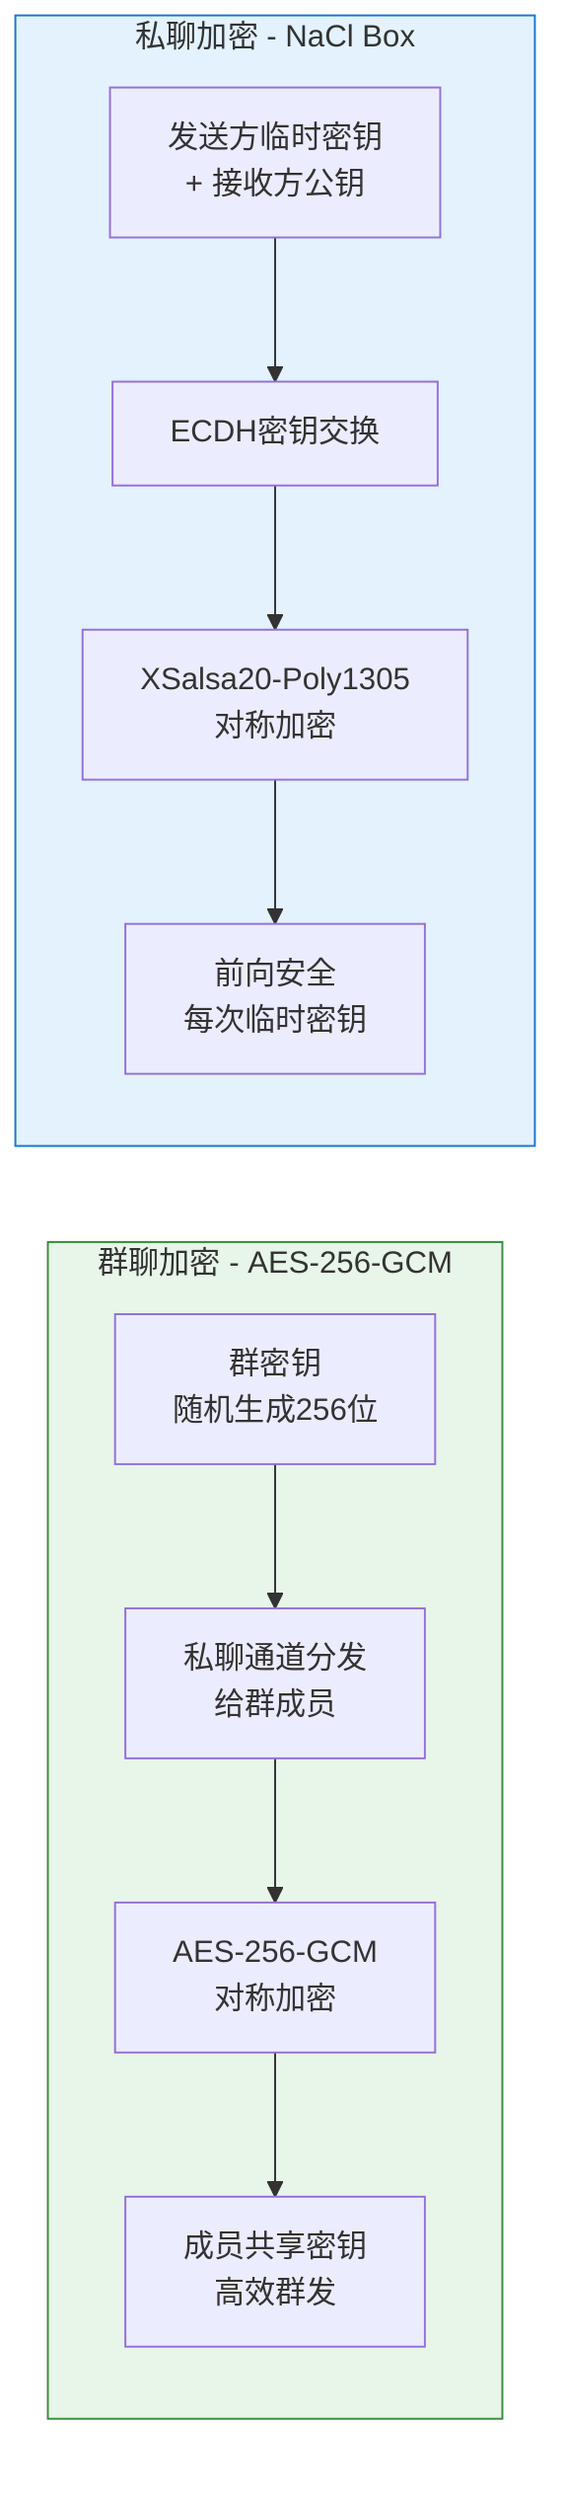
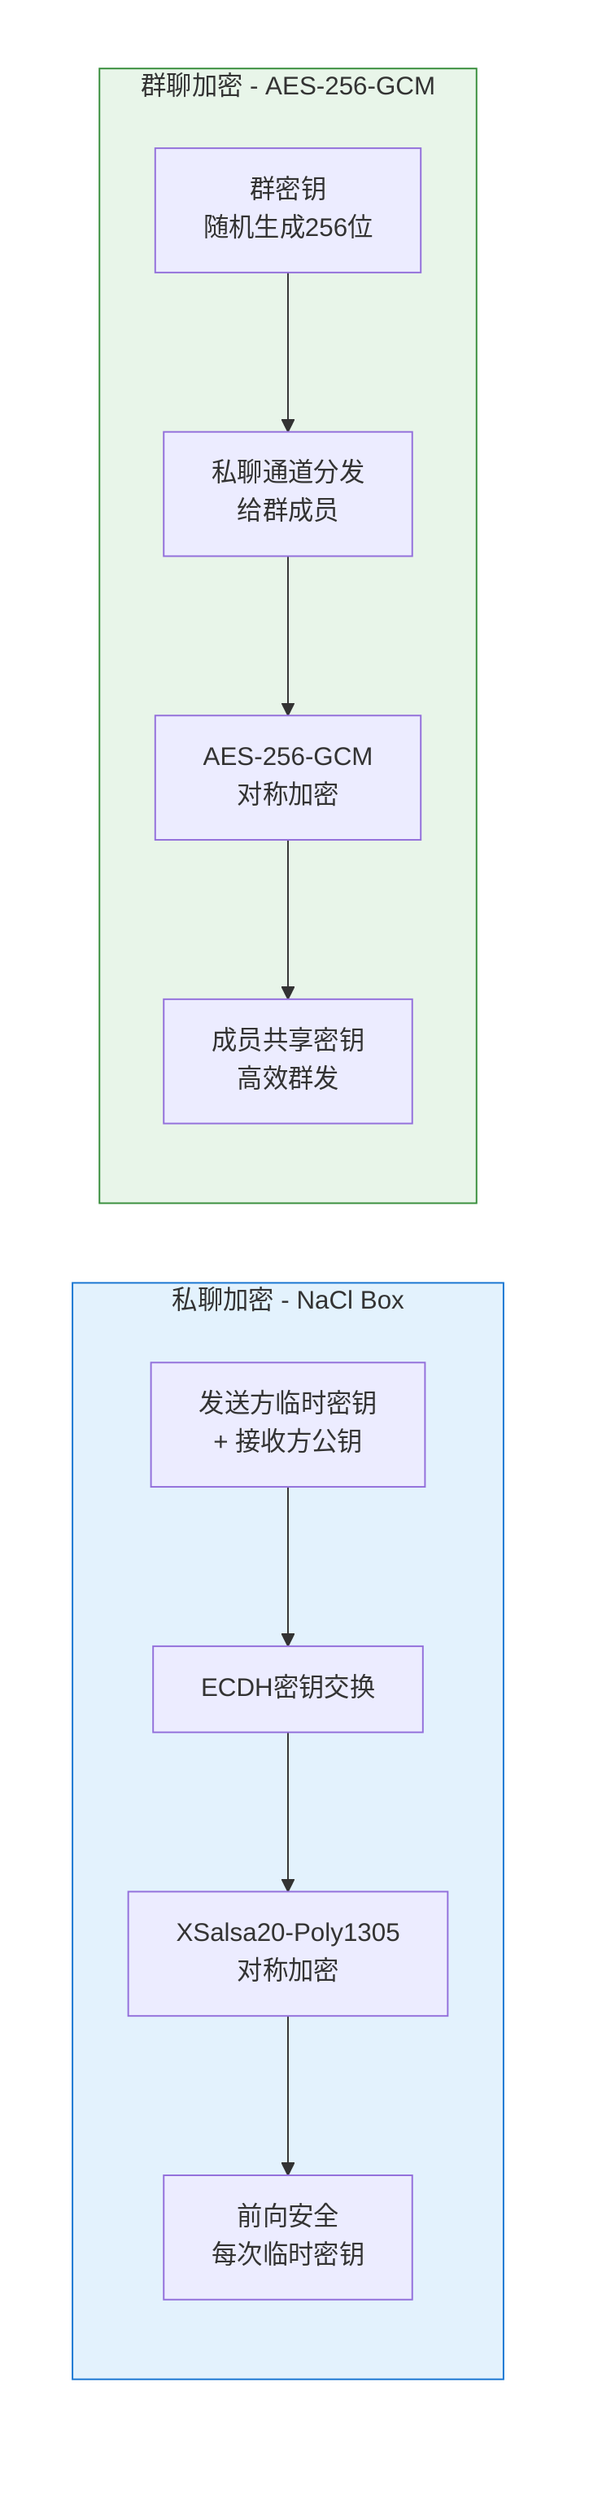
- %% 私聊与群聊加密对比 - 纵向布局
+ %% 私聊与群聊加密对比 - 横向双框，框内纵向
graph TB
-     subgraph DM["私聊加密 - NaCl Box"]
-         direction TB
-         D1["发送方临时密钥<br/>+ 接收方公钥"] --> D2["ECDH密钥交换"]
-         D2 --> D3["XSalsa20-Poly1305<br/>对称加密"]
-         D3 --> D4["前向安全<br/>每次临时密钥"]
+     subgraph outer[" "]
+         direction LR
+         subgraph DM["私聊加密 - NaCl Box"]
+             direction TB
+             D1["发送方临时密钥\n+ 接收方公钥"]
+             D2["ECDH密钥交换"]
+             D3["XSalsa20-Poly1305\n对称加密"]
+             D4["前向安全\n每次临时密钥"]
+             D1 --> D2
+             D2 --> D3
+             D3 --> D4
+         end
+ 
+         subgraph GRP["群聊加密 - AES-256-GCM"]
+             direction TB
+             G1["群密钥\n随机生成256位"]
+             G2["私聊通道分发\n给群成员"]
+             G3["AES-256-GCM\n对称加密"]
+             G4["成员共享密钥\n高效群发"]
+             G1 --> G2
+             G2 --> G3
+             G3 --> G4
+         end
    end

-     subgraph GRP["群聊加密 - AES-256-GCM"]
-         direction TB
-         G1["群密钥<br/>随机生成256位"] --> G2["私聊通道分发<br/>给群成员"]
-         G2 --> G3["AES-256-GCM<br/>对称加密"]
-         G3 --> G4["成员共享密钥<br/>高效群发"]
-     end
- 
-     DM ~~~ GRP
- 
+     style outer fill:none,stroke:none
    style DM fill:#e3f2fd,stroke:#1976d2
    style GRP fill:#e8f5e9,stroke:#388e3c
